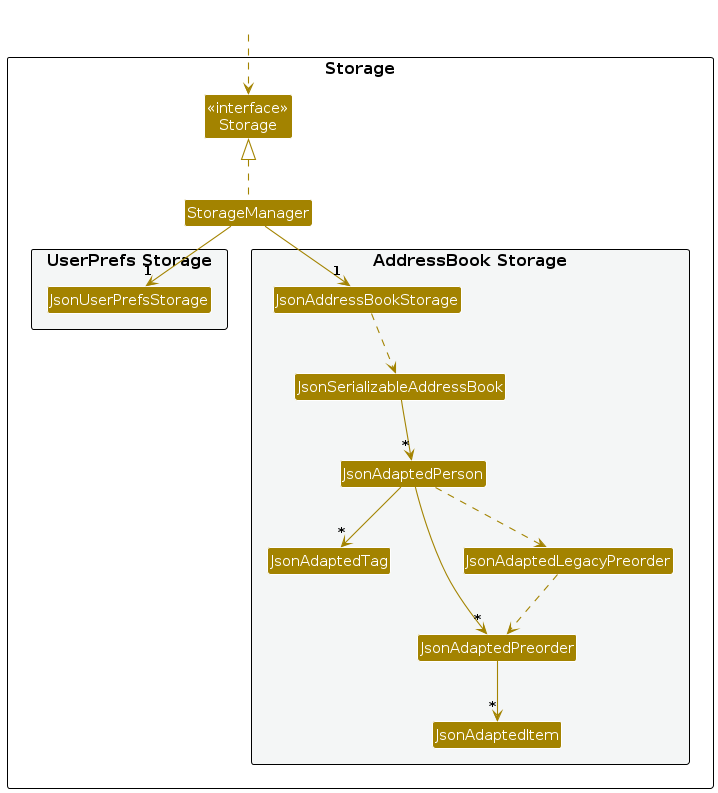
This is diagrams/StorageClassDiagram.png from AY2627S1-CS2103T-F09-3/tp, a PlantUML export, as it was before one commit. Its source is kept beside it as diagrams/StorageClassDiagram.puml.
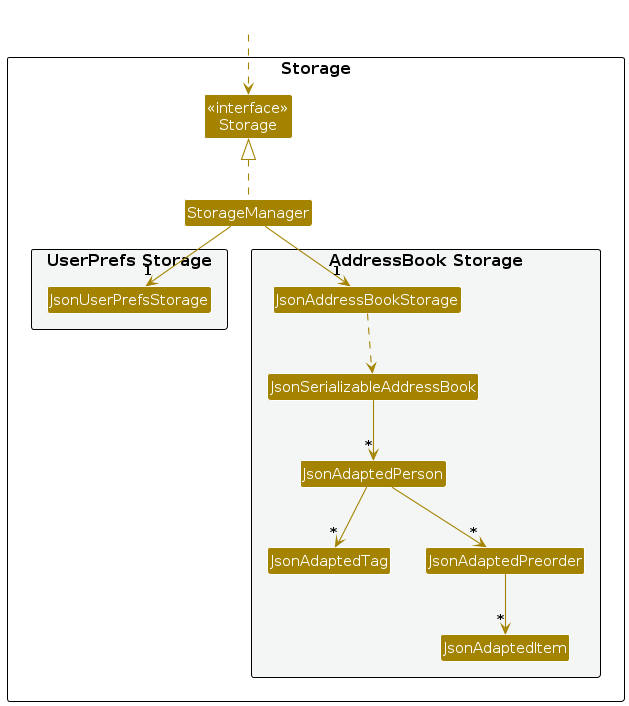
After the change.

Diff of the diagram source:
```diff
@@ -20,7 +20,6 @@
 Class JsonAdaptedTag
 Class JsonAdaptedPreorder
 Class JsonAdaptedItem
-Class JsonAdaptedLegacyPreorder
 }
 
 }
@@ -37,7 +36,5 @@
 JsonAdaptedPerson --> "*" JsonAdaptedTag
 JsonAdaptedPerson --> "*" JsonAdaptedPreorder
 JsonAdaptedPreorder --> "*" JsonAdaptedItem
-JsonAdaptedPerson ..> JsonAdaptedLegacyPreorder
-JsonAdaptedLegacyPreorder ..> JsonAdaptedPreorder
 
 @enduml
```
